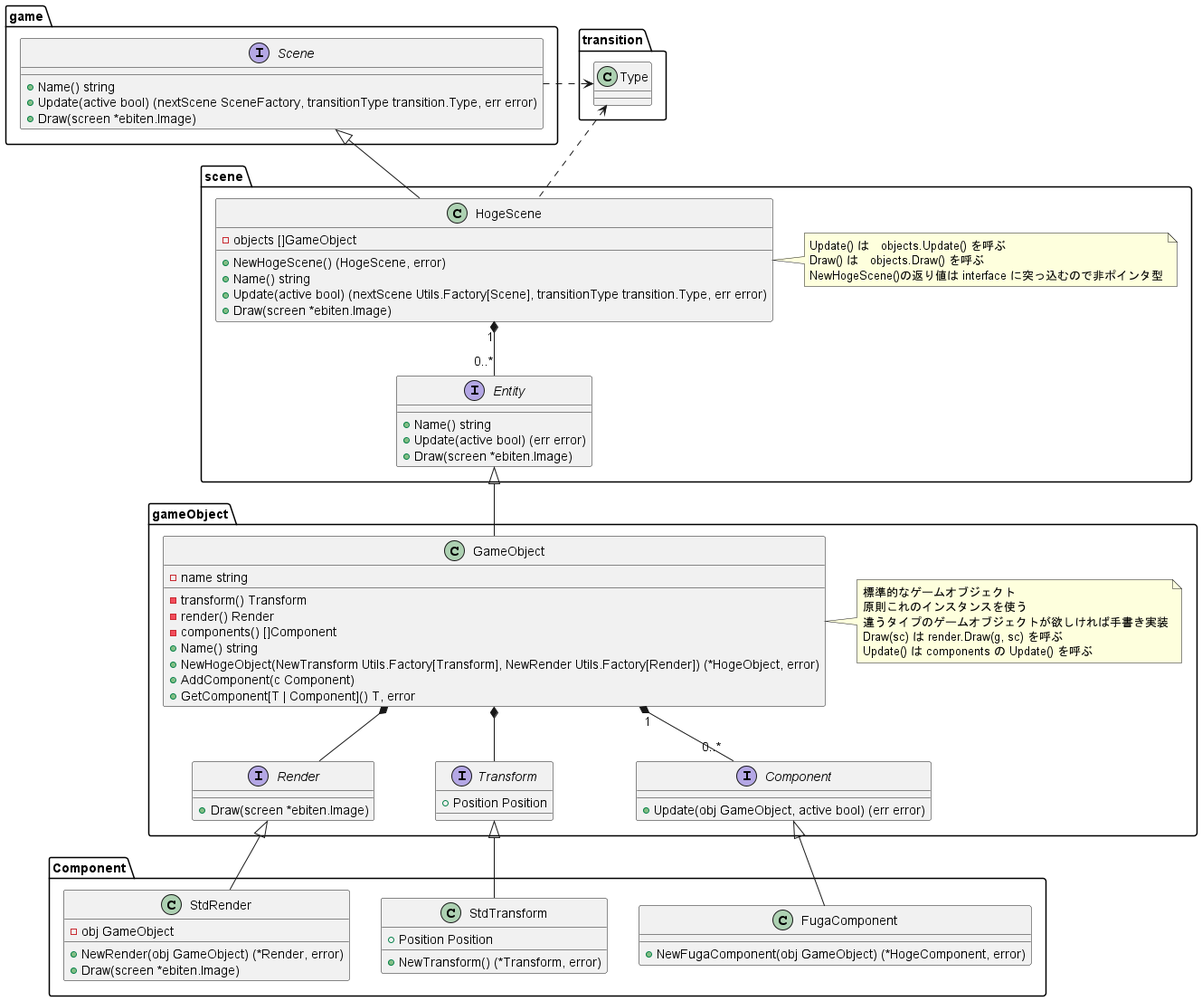
Above: Docs/Scene_class_diagram.png in kmc-jp/Gamedev_Tempura-of-p--Phenylazo-phenol (PlantUML), before the change.
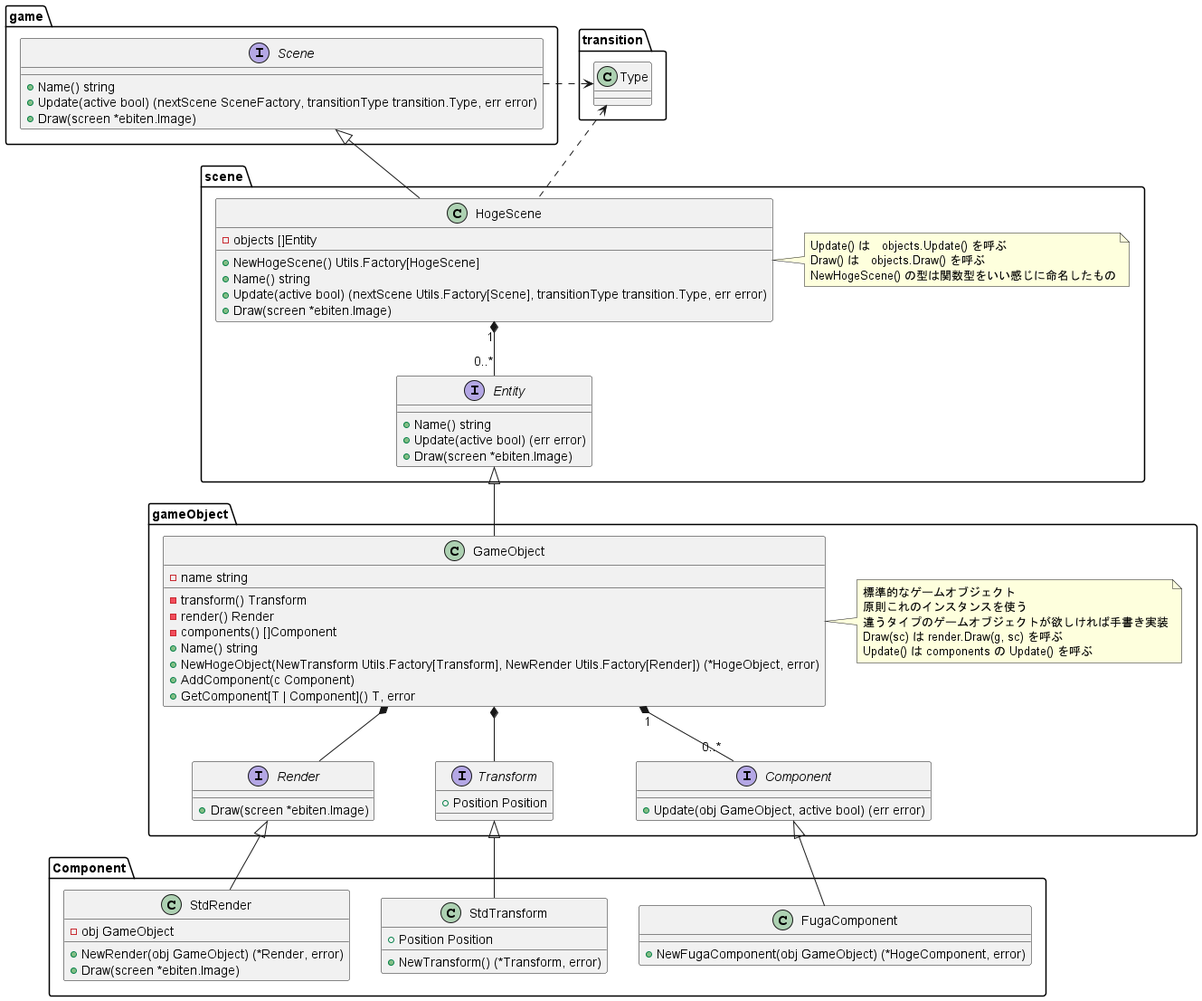
After the change.

Commit message:
いくつかミスを発見したので修正

What changed in the source:
```diff
@@ -16,13 +16,13 @@
 
 package scene {
     class HogeScene {
-        - objects []GameObject
-        + NewHogeScene() (HogeScene, error)
+        - objects []Entity
+        + NewHogeScene() Utils.Factory[HogeScene]
         + Name() string
         + Update(active bool) (nextScene Utils.Factory[Scene], transitionType transition.Type, err error)
         + Draw(screen *ebiten.Image)
     }
-    note right of HogeScene : Update() は　objects.Update() を呼ぶ\nDraw() は　objects.Draw() を呼ぶ\nNewHogeScene()の返り値は interface に突っ込むので非ポインタ型
+    note right of HogeScene : Update() は　objects.Update() を呼ぶ\nDraw() は　objects.Draw() を呼ぶ\nNewHogeScene() の型は関数型をいい感じに命名したもの
 
     HogeScene -up-|> game.Scene
     HogeScene .up.> transition.Type
```
